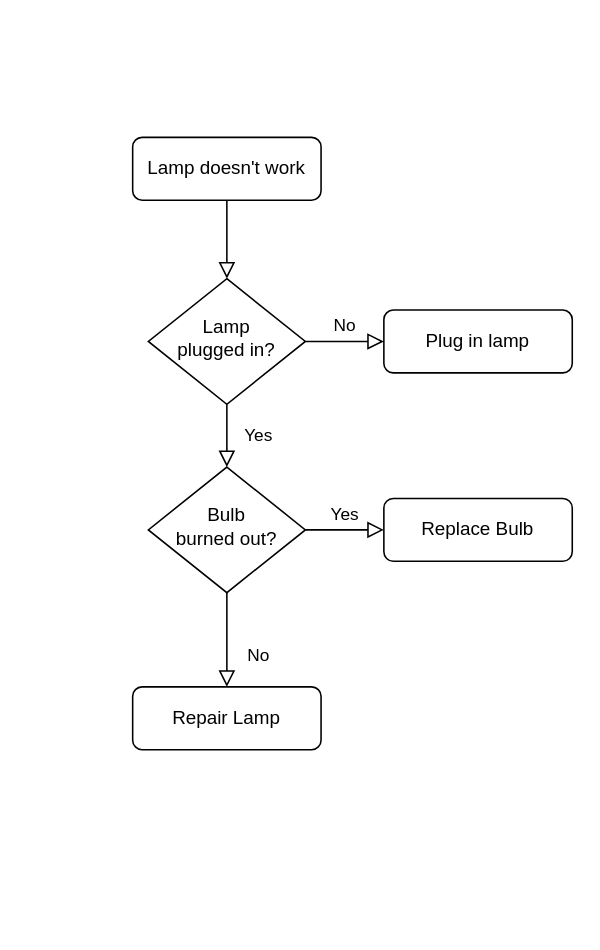
Before: hangman.drawio in Raj-kar/Daigrams, a draw.io diagram. Source tidied: cells renumbered, new cells numbered last; positions are measured from the earlier drawing's top-left corner, leaving out a move shared by most shapes. Both pictures are drawn from the tidied source at 157%, with x=0, y=0 at pixel (132, 137).
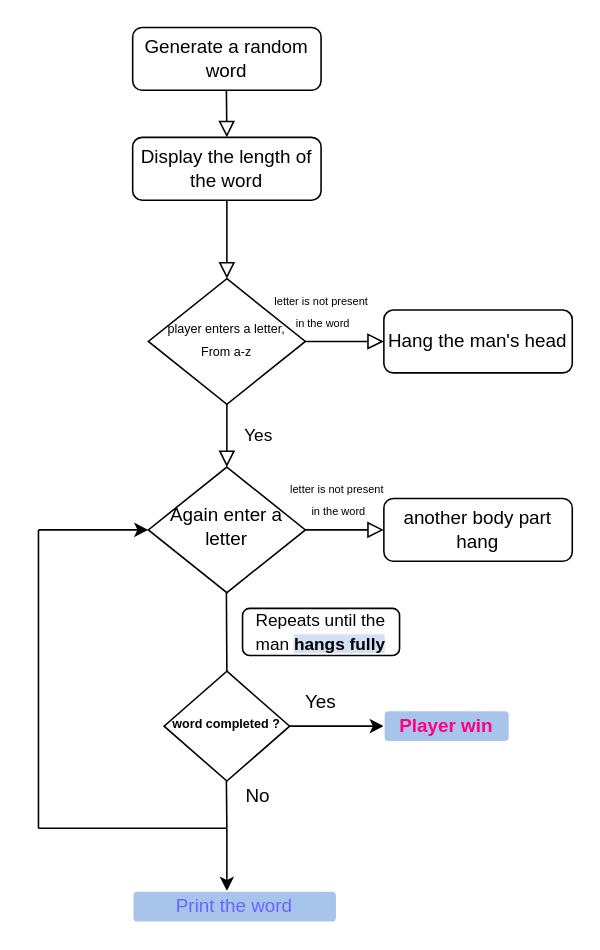
The same page after the edit.

Diff of the diagram source:
```diff
@@
-    <mxCell id="3" value="Lamp doesn't work" style="rounded=1;whiteSpace=wrap;html=1;fontSize=12;glass=0;strokeWidth=1;shadow=0;" parent="1" vertex="1">
+    <mxCell id="3" value="Display the length of the word" style="rounded=1;whiteSpace=wrap;html=1;fontSize=12;glass=0;strokeWidth=1;shadow=0;" parent="1" vertex="1">
       <mxGeometry width="120" height="40" as="geometry" />
     </mxCell>
@@
-    <mxCell id="5" value="No" style="edgeStyle=orthogonalEdgeStyle;rounded=0;html=1;jettySize=auto;fontSize=11;endArrow=block;endFill=0;endSize=8;strokeWidth=1;shadow=0;labelBackgroundColor=none;" parent="1" edge="1" source="6" target="7">
-      <mxGeometry y="10" relative="1" as="geometry" />
+    <mxCell id="5" value="&lt;span style=&quot;font-size: 7px&quot;&gt;letter is not present&lt;/span&gt;&lt;br style=&quot;font-size: 7px&quot;&gt;&lt;span style=&quot;font-size: 7px&quot;&gt;&amp;nbsp;in the word&lt;/span&gt;" style="edgeStyle=orthogonalEdgeStyle;rounded=0;html=1;jettySize=auto;fontSize=11;endArrow=block;endFill=0;endSize=8;strokeWidth=1;shadow=0;labelBackgroundColor=none;" parent="1" edge="1" source="6" target="7">
+      <mxGeometry x="-0.6" y="20" relative="1" as="geometry" />
     </mxCell>
-    <mxCell id="6" value="Lamp&lt;br&gt;plugged in?" style="rhombus;whiteSpace=wrap;html=1;shadow=0;fontFamily=Helvetica;fontSize=12;align=center;strokeWidth=1;spacing=6;spacingTop=-4;" parent="1" vertex="1">
+    <mxCell id="6" value="&lt;font style=&quot;font-size: 8px&quot;&gt;player enters a letter,&lt;br&gt;From a-z&lt;/font&gt;" style="rhombus;whiteSpace=wrap;html=1;shadow=0;fontFamily=Helvetica;fontSize=12;align=center;strokeWidth=1;spacing=6;spacingTop=-4;" parent="1" vertex="1">
       <mxGeometry x="10" y="90" width="100" height="80" as="geometry" />
     </mxCell>
-    <mxCell id="7" value="Plug in lamp" style="rounded=1;whiteSpace=wrap;html=1;fontSize=12;glass=0;strokeWidth=1;shadow=0;" parent="1" vertex="1">
+    <mxCell id="7" value="Hang the man's head" style="rounded=1;whiteSpace=wrap;html=1;fontSize=12;glass=0;strokeWidth=1;shadow=0;" parent="1" vertex="1">
       <mxGeometry x="160" y="110" width="120" height="40" as="geometry" />
     </mxCell>
-    <mxCell id="8" value="No" style="rounded=0;html=1;jettySize=auto;fontSize=11;endArrow=block;endFill=0;endSize=8;strokeWidth=1;shadow=0;labelBackgroundColor=none;edgeStyle=orthogonalEdgeStyle;" parent="1" edge="1" source="10" target="11">
-      <mxGeometry x="0.33" y="20" relative="1" as="geometry" />
-    </mxCell>
-    <mxCell id="9" value="Yes" style="edgeStyle=orthogonalEdgeStyle;rounded=0;html=1;jettySize=auto;fontSize=11;endArrow=block;endFill=0;endSize=8;strokeWidth=1;shadow=0;labelBackgroundColor=none;" parent="1" edge="1" source="10" target="12">
-      <mxGeometry y="10" relative="1" as="geometry" />
+    <mxCell id="9" value="&lt;span style=&quot;font-size: 7px&quot;&gt;letter is not present&lt;/span&gt;&lt;br style=&quot;font-size: 7px&quot;&gt;&lt;span style=&quot;font-size: 7px&quot;&gt;&amp;nbsp;in the word&lt;/span&gt;" style="edgeStyle=orthogonalEdgeStyle;rounded=0;html=1;jettySize=auto;fontSize=11;endArrow=block;endFill=0;endSize=8;strokeWidth=1;shadow=0;labelBackgroundColor=none;" parent="1" edge="1" source="10" target="12">
+      <mxGeometry x="-0.2" y="20" relative="1" as="geometry" />
     </mxCell>
-    <mxCell id="10" value="Bulb&lt;br&gt;burned out?" style="rhombus;whiteSpace=wrap;html=1;shadow=0;fontFamily=Helvetica;fontSize=12;align=center;strokeWidth=1;spacing=6;spacingTop=-4;" parent="1" vertex="1">
+    <mxCell id="10" value="Again enter a letter" style="rhombus;whiteSpace=wrap;html=1;shadow=0;fontFamily=Helvetica;fontSize=12;align=center;strokeWidth=1;spacing=6;spacingTop=-4;" parent="1" vertex="1">
       <mxGeometry x="10" y="210" width="100" height="80" as="geometry" />
     </mxCell>
-    <mxCell id="11" value="Repair Lamp" style="rounded=1;whiteSpace=wrap;html=1;fontSize=12;glass=0;strokeWidth=1;shadow=0;" parent="1" vertex="1">
-      <mxGeometry y="350" width="120" height="40" as="geometry" />
-    </mxCell>
-    <mxCell id="12" value="Replace Bulb" style="rounded=1;whiteSpace=wrap;html=1;fontSize=12;glass=0;strokeWidth=1;shadow=0;" parent="1" vertex="1">
+    <mxCell id="12" value="another body part hang" style="rounded=1;whiteSpace=wrap;html=1;fontSize=12;glass=0;strokeWidth=1;shadow=0;" parent="1" vertex="1">
       <mxGeometry x="160" y="230" width="120" height="40" as="geometry" />
     </mxCell>
+    <mxCell id="13" value="Generate a random word" style="rounded=1;whiteSpace=wrap;html=1;fontSize=12;glass=0;strokeWidth=1;shadow=0;" parent="1" vertex="1">
+      <mxGeometry y="-70" width="120" height="40" as="geometry" />
+    </mxCell>
+    <mxCell id="14" style="rounded=0;html=1;jettySize=auto;orthogonalLoop=1;fontSize=11;endArrow=block;endFill=0;endSize=8;strokeWidth=1;shadow=0;labelBackgroundColor=none;edgeStyle=orthogonalEdgeStyle;" parent="1" edge="1">
+      <mxGeometry relative="1" as="geometry">
+        <mxPoint x="59.7" y="-30" as="sourcePoint" />
+        <mxPoint x="60" as="targetPoint" />
+      </mxGeometry>
+    </mxCell>
+    <mxCell id="15" style="endArrow=none;html=1;" parent="1" edge="1">
+      <mxGeometry relative="1" as="geometry">
+        <mxPoint x="60" y="340" as="sourcePoint" />
+        <mxPoint x="59.7" y="290" as="targetPoint" />
+      </mxGeometry>
+    </mxCell>
+    <mxCell id="16" style="endArrow=none;html=1;" parent="1" edge="1">
+      <mxGeometry relative="1" as="geometry">
+        <mxPoint x="-60" y="440" as="sourcePoint" />
+        <mxPoint x="60" y="440" as="targetPoint" />
+      </mxGeometry>
+    </mxCell>
+    <mxCell id="17" style="endArrow=none;html=1;" parent="1" edge="1">
+      <mxGeometry relative="1" as="geometry">
+        <mxPoint x="-60" y="250" as="sourcePoint" />
+        <mxPoint x="-60" y="440" as="targetPoint" />
+      </mxGeometry>
+    </mxCell>
+    <mxCell id="18" style="endArrow=classic;html=1;" parent="1" edge="1">
+      <mxGeometry relative="1" as="geometry">
+        <mxPoint x="-60" y="250" as="sourcePoint" />
+        <mxPoint x="10" y="250" as="targetPoint" />
+      </mxGeometry>
+    </mxCell>
+    <mxCell id="19" value="&lt;font style=&quot;font-size: 11px&quot;&gt;Repeats until the man &lt;b style=&quot;background-color: rgb(212 , 225 , 245)&quot;&gt;hangs fully&lt;/b&gt;&lt;/font&gt;" style="rounded=1;whiteSpace=wrap;html=1;" parent="1" vertex="1">
+      <mxGeometry x="70" y="300" width="100" height="30" as="geometry" />
+    </mxCell>
+    <mxCell id="20" value="&lt;font style=&quot;font-size: 8px&quot;&gt;&lt;b&gt;word completed ?&lt;/b&gt;&lt;/font&gt;" style="rhombus;whiteSpace=wrap;html=1;shadow=0;fontFamily=Helvetica;fontSize=12;align=center;strokeWidth=1;spacing=6;spacingTop=-4;" parent="1" vertex="1">
+      <mxGeometry x="20" y="340" width="80" height="70" as="geometry" />
+    </mxCell>
+    <mxCell id="21" style="endArrow=none;html=1;" parent="1" edge="1">
+      <mxGeometry relative="1" as="geometry">
+        <mxPoint x="60" y="440" as="sourcePoint" />
+        <mxPoint x="59.7" y="410" as="targetPoint" />
+      </mxGeometry>
+    </mxCell>
+    <mxCell id="8" value="No" style="text;html=1;strokeColor=none;fillColor=none;align=center;verticalAlign=middle;whiteSpace=wrap;rounded=0;" parent="1" vertex="1">
+      <mxGeometry x="60" y="410" width="40" height="20" as="geometry" />
+    </mxCell>
+    <mxCell id="22" style="endArrow=classic;html=1;exitX=1;exitY=0.5;exitDx=0;exitDy=0;" parent="1" edge="1" source="20">
+      <mxGeometry relative="1" as="geometry">
+        <mxPoint x="160" y="375" as="targetPoint" />
+      </mxGeometry>
+    </mxCell>
+    <mxCell id="23" value="Yes" style="text;html=1;strokeColor=none;fillColor=none;align=center;verticalAlign=middle;whiteSpace=wrap;rounded=0;" parent="1" vertex="1">
+      <mxGeometry x="100" y="350" width="40" height="20" as="geometry" />
+    </mxCell>
+    <mxCell id="24" value="&lt;b&gt;Player win&lt;/b&gt;" style="rounded=1;whiteSpace=wrap;html=1;fillColor=#A9C4EB;strokeColor=#FFFFFF;fontColor=#FF0080;" parent="1" vertex="1">
+      <mxGeometry x="160" y="365" width="80" height="20" as="geometry" />
+    </mxCell>
+    <mxCell id="25" style="endArrow=classic;html=1;fontColor=#FF0080;" parent="1" edge="1">
+      <mxGeometry relative="1" as="geometry">
+        <mxPoint x="60" y="440" as="sourcePoint" />
+        <mxPoint x="60" y="480" as="targetPoint" />
+      </mxGeometry>
+    </mxCell>
+    <mxCell id="26" value="&lt;font color=&quot;#6666ff&quot;&gt;Print the word&lt;/font&gt;" style="rounded=1;whiteSpace=wrap;html=1;strokeColor=#FFFFFF;fillColor=#A9C4EB;fontColor=#FF0080;" parent="1" vertex="1">
+      <mxGeometry y="480" width="130" height="20" as="geometry" />
+    </mxCell>
```
